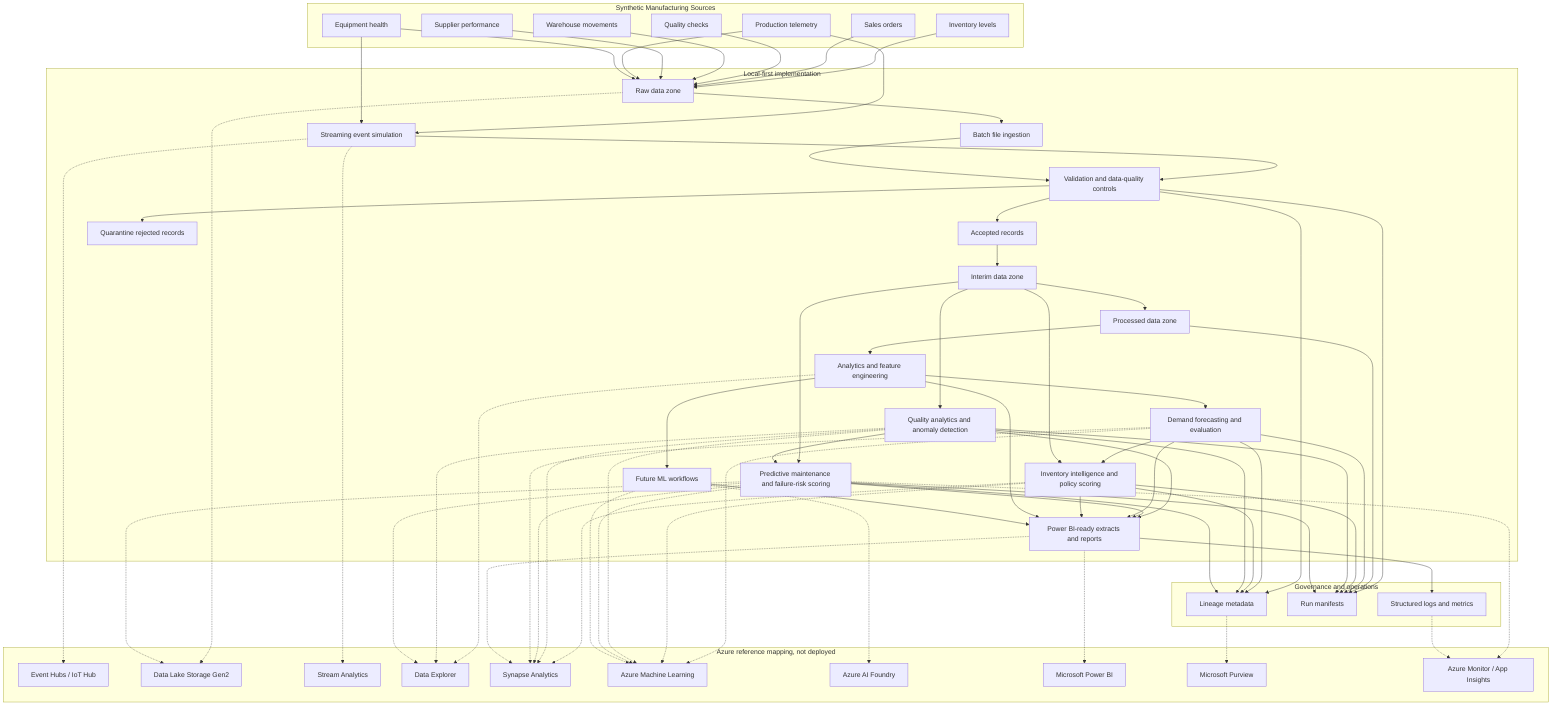
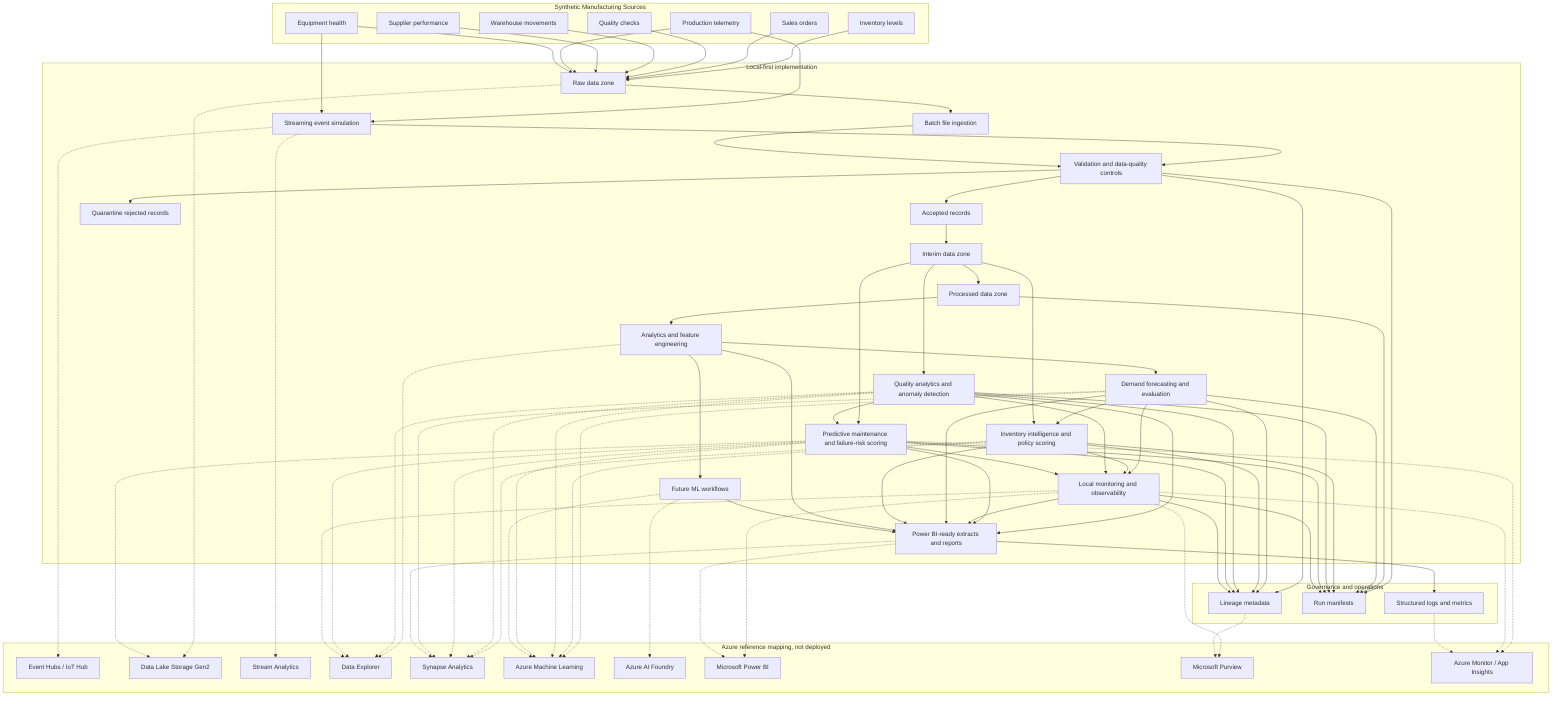
flowchart TD
    subgraph Sources["Synthetic Manufacturing Sources"]
        Production["Production telemetry"]
        Inventory["Inventory levels"]
        Sales["Sales orders"]
        Quality["Quality checks"]
        Equipment["Equipment health"]
        Warehouse["Warehouse movements"]
        Suppliers["Supplier performance"]
    end

    subgraph Local["Local-first implementation"]
        Raw["Raw data zone"]
        Batch["Batch file ingestion"]
        Stream["Streaming event simulation"]
        Validate["Validation and data-quality controls"]
        Accepted["Accepted records"]
        Quarantine["Quarantine rejected records"]
        Interim["Interim data zone"]
        Processed["Processed data zone"]
        Features["Analytics and feature engineering"]
        Forecasting["Demand forecasting and evaluation"]
        InventoryIntel["Inventory intelligence and policy scoring"]
        QualityAnalytics["Quality analytics and anomaly detection"]
        MaintenanceAnalytics["Predictive maintenance and failure-risk scoring"]
+         MonitoringAnalytics["Local monitoring and observability"]
        ML["Future ML workflows"]
        Reporting["Power BI-ready extracts and reports"]
    end

    subgraph Governance["Governance and operations"]
        Lineage["Lineage metadata"]
        Manifests["Run manifests"]
        Logs["Structured logs and metrics"]
    end

    subgraph Azure["Azure reference mapping, not deployed"]
        EventHubs["Event Hubs / IoT Hub"]
        ADLS["Data Lake Storage Gen2"]
        StreamAnalytics["Stream Analytics"]
        ADX["Data Explorer"]
        Synapse["Synapse Analytics"]
        AzureML["Azure Machine Learning"]
        Foundry["Azure AI Foundry"]
        PowerBI["Microsoft Power BI"]
        Purview["Microsoft Purview"]
        Monitor["Azure Monitor / App Insights"]
    end

    Production --> Stream
    Equipment --> Stream
    Inventory --> Raw
    Sales --> Raw
    Quality --> Raw
    Warehouse --> Raw
    Suppliers --> Raw
    Production --> Raw
    Equipment --> Raw
    Raw --> Batch
    Stream --> Validate
    Batch --> Validate
    Validate --> Accepted
    Validate --> Quarantine
    Accepted --> Interim
    Interim --> Processed
    Processed --> Features
    Features --> Forecasting
    Forecasting --> InventoryIntel
    Interim --> InventoryIntel
    Interim --> QualityAnalytics
    Interim --> MaintenanceAnalytics
    QualityAnalytics --> MaintenanceAnalytics
    QualityAnalytics --> Reporting
    MaintenanceAnalytics --> Reporting
+     Forecasting --> MonitoringAnalytics
+     InventoryIntel --> MonitoringAnalytics
+     QualityAnalytics --> MonitoringAnalytics
+     MaintenanceAnalytics --> MonitoringAnalytics
+     MonitoringAnalytics --> Reporting
    Forecasting --> Reporting
    InventoryIntel --> Reporting
    Features --> ML
    Features --> Reporting
    ML --> Reporting
    Validate --> Lineage
    Validate --> Manifests
    Processed --> Manifests
    Reporting --> Logs
    Forecasting --> Lineage
    Forecasting --> Manifests
    InventoryIntel --> Lineage
    InventoryIntel --> Manifests
    QualityAnalytics --> Lineage
    QualityAnalytics --> Manifests
    MaintenanceAnalytics --> Lineage
    MaintenanceAnalytics --> Manifests
+     MonitoringAnalytics --> Lineage
+     MonitoringAnalytics --> Manifests

    Stream -.-> EventHubs
    Raw -.-> ADLS
    Stream -.-> StreamAnalytics
    Features -.-> ADX
    Forecasting -.-> AzureML
    InventoryIntel -.-> AzureML
    InventoryIntel -.-> Synapse
    QualityAnalytics -.-> ADX
    QualityAnalytics -.-> AzureML
    QualityAnalytics -.-> Synapse
    MaintenanceAnalytics -.-> ADLS
    MaintenanceAnalytics -.-> ADX
    MaintenanceAnalytics -.-> AzureML
    MaintenanceAnalytics -.-> Synapse
    MaintenanceAnalytics -.-> Monitor
+     MonitoringAnalytics -.-> Monitor
+     MonitoringAnalytics -.-> ADX
+     MonitoringAnalytics -.-> Purview
+     MonitoringAnalytics -.-> PowerBI
    Forecasting -.-> Synapse
    Reporting -.-> Synapse
    ML -.-> AzureML
    Reporting -.-> PowerBI
    Lineage -.-> Purview
    Logs -.-> Monitor
    ML -.-> Foundry
